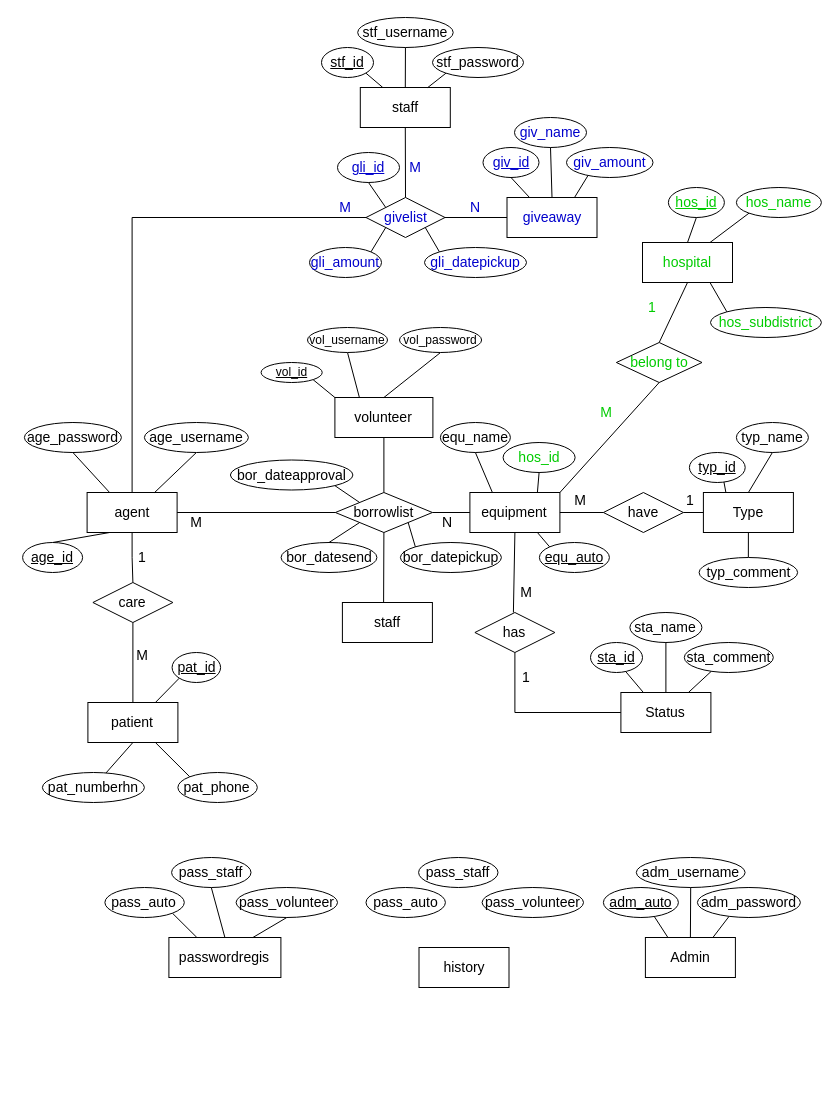
oown-mac/jmk_medstock_diagram keeps this draw.io diagram as ER_jmk_medstock.drawio. Above is the earlier version. Source tidied: cells renumbered, new cells numbered last; positions are measured from the earlier drawing's top-left corner, leaving out a move shared by most shapes. Both pictures are drawn from the tidied source at 100%, with x=0, y=0 at pixel (22, 17).
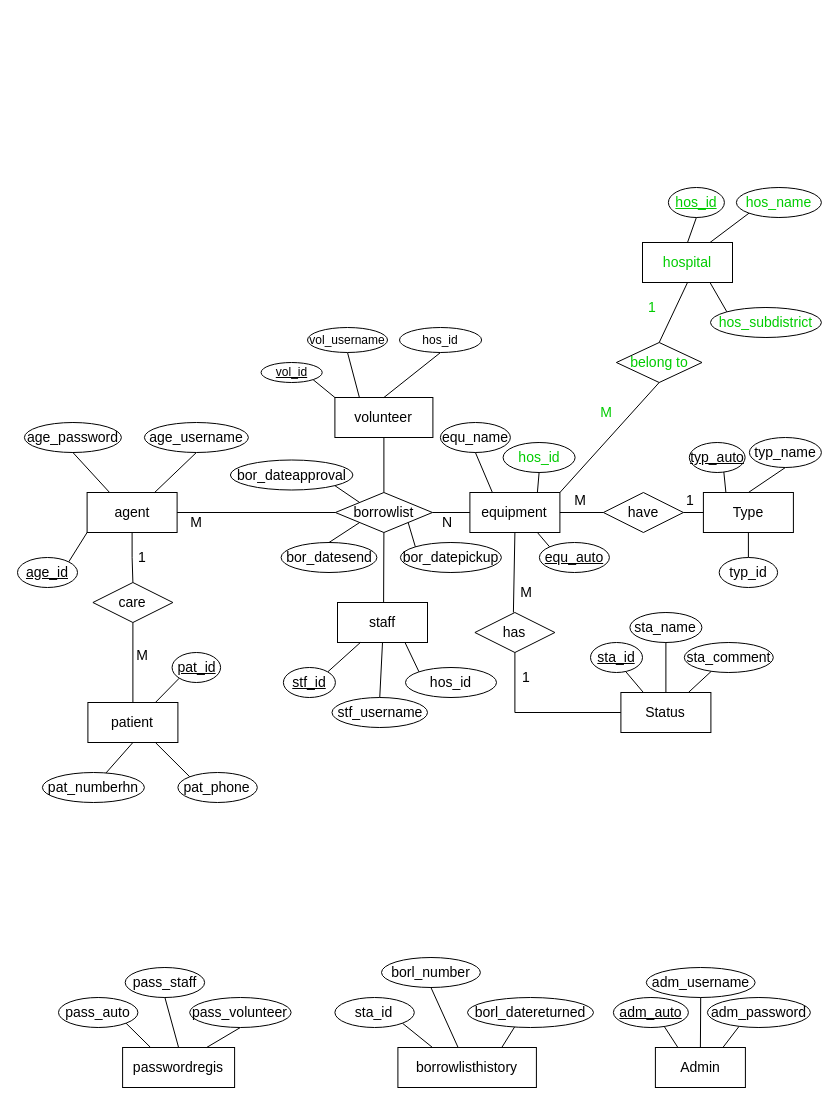
The same diagram, later.

The change refers to these unchanged cells:
```xml
<mxCell id="6" value="&lt;div style=&quot;font-size: 14px;&quot;&gt;&lt;font style=&quot;font-size: 14px;&quot;&gt;agent&lt;/font&gt;&lt;/div&gt;" style="rounded=0;whiteSpace=wrap;html=1;fontSize=14;" parent="1" vertex="1">
  <mxGeometry x="64.6" y="475" width="90" height="40" as="geometry" />
</mxCell>
```

Change to the diagram source:
```diff
@@
+    <mxCell id="130" style="rounded=0;jettySize=auto;html=1;exitX=0;exitY=1;exitDx=0;exitDy=0;entryX=1;entryY=0;entryDx=0;entryDy=0;endArrow=none;endFill=0;" parent="1" edge="1" source="6" target="51">
+      <mxGeometry relative="1" as="geometry" />
+    </mxCell>
@@
-    <mxCell id="18" value="&lt;div style=&quot;font-size: 14px;&quot;&gt;&lt;font style=&quot;font-size: 14px;&quot;&gt;history&lt;/font&gt;&lt;/div&gt;" style="rounded=0;whiteSpace=wrap;html=1;fontSize=14;" parent="1" vertex="1">
-      <mxGeometry x="396.5" y="930" width="90" height="40" as="geometry" />
+    <mxCell id="18" value="&lt;div style=&quot;font-size: 14px;&quot;&gt;&lt;font style=&quot;font-size: 14px;&quot;&gt;&lt;span style=&quot;background-color: transparent; color: light-dark(rgb(0, 0, 0), rgb(255, 255, 255));&quot;&gt;borrowlist&lt;/span&gt;history&lt;/font&gt;&lt;/div&gt;" style="rounded=0;whiteSpace=wrap;html=1;fontSize=14;" parent="1" vertex="1">
+      <mxGeometry x="375.4" y="1030" width="138.5" height="40" as="geometry" />
     </mxCell>
@@
-    <mxCell id="24" value="M" style="text;html=1;align=center;verticalAlign=middle;whiteSpace=wrap;rounded=0;fontSize=14;fontColor=#0000CC;" parent="1" vertex="1">
-      <mxGeometry x="383" y="140" width="20" height="20" as="geometry" />
-    </mxCell>
@@
-    <mxCell id="32" value="&lt;div style=&quot;font-size: 14px;&quot;&gt;&lt;font style=&quot;font-size: 14px;&quot;&gt;giveaway&lt;/font&gt;&lt;/div&gt;" style="rounded=0;whiteSpace=wrap;html=1;fontSize=14;fontColor=#0000CC;" parent="1" vertex="1">
-      <mxGeometry x="484.5" y="180" width="90" height="40" as="geometry" />
-    </mxCell>
-    <mxCell id="33" value="givelist" style="rhombus;whiteSpace=wrap;html=1;fontSize=14;fontColor=#0000CC;" parent="1" vertex="1">
-      <mxGeometry x="343.5" y="180" width="79" height="40" as="geometry" />
-    </mxCell>
-    <mxCell id="34" style="endArrow=none;html=1;rounded=0;entryX=0;entryY=0.5;entryDx=0;entryDy=0;exitX=1;exitY=0.5;exitDx=0;exitDy=0;fontSize=14;fontColor=#0000CC;" parent="1" edge="1" source="33" target="32">
-      <mxGeometry relative="1" as="geometry" />
-    </mxCell>
-    <mxCell id="35" style="endArrow=none;html=1;rounded=0;exitX=0.5;exitY=0;exitDx=0;exitDy=0;entryX=0;entryY=0.5;entryDx=0;entryDy=0;edgeStyle=orthogonalEdgeStyle;fontSize=14;fontColor=#0000FF;" parent="1" edge="1" source="6" target="33">
-      <mxGeometry relative="1" as="geometry" />
-    </mxCell>
-    <mxCell id="36" value="M" style="text;html=1;align=center;verticalAlign=middle;whiteSpace=wrap;rounded=0;fontSize=14;fontColor=#0000CC;" parent="1" vertex="1">
-      <mxGeometry x="313" y="180" width="20" height="20" as="geometry" />
-    </mxCell>
-    <mxCell id="37" value="N" style="text;html=1;align=center;verticalAlign=middle;whiteSpace=wrap;rounded=0;fontSize=14;fontColor=#0000CC;" parent="1" vertex="1">
-      <mxGeometry x="443" y="180" width="20" height="20" as="geometry" />
-    </mxCell>
@@
-    <mxCell id="39" style="endArrow=none;html=1;rounded=0;exitX=0.25;exitY=0;exitDx=0;exitDy=0;entryX=0.5;entryY=1;entryDx=0;entryDy=0;fontSize=14;fontColor=#0000CC;" parent="1" edge="1" source="32" target="53">
-      <mxGeometry relative="1" as="geometry" />
-    </mxCell>
-    <mxCell id="40" style="endArrow=none;html=1;rounded=0;exitX=0.75;exitY=0;exitDx=0;exitDy=0;entryX=0.247;entryY=0.942;entryDx=0;entryDy=0;entryPerimeter=0;fontSize=14;fontColor=#0000CC;" parent="1" edge="1" source="32" target="52">
-      <mxGeometry relative="1" as="geometry" />
-    </mxCell>
     <mxCell id="41" value="&lt;div style=&quot;font-size: 14px;&quot;&gt;&lt;font style=&quot;font-size: 14px;&quot;&gt;Admin&lt;/font&gt;&lt;/div&gt;" style="rounded=0;whiteSpace=wrap;html=1;fontSize=14;" parent="1" vertex="1">
-      <mxGeometry x="622.9" y="920" width="90" height="40" as="geometry" />
+      <mxGeometry x="632.9" y="1030" width="90" height="40" as="geometry" />
     </mxCell>
-    <mxCell id="42" value="&lt;div style=&quot;font-size: 14px;&quot;&gt;&lt;font style=&quot;font-size: 14px;&quot;&gt;staff&lt;/font&gt;&lt;/div&gt;" style="rounded=0;whiteSpace=wrap;html=1;fontSize=14;" parent="1" vertex="1">
-      <mxGeometry x="337.8" y="70" width="90" height="40" as="geometry" />
-    </mxCell>
-    <mxCell id="43" style="endArrow=none;html=1;rounded=0;exitX=0.5;exitY=0;exitDx=0;exitDy=0;entryX=0.5;entryY=1;entryDx=0;entryDy=0;fontSize=14;" parent="1" edge="1" source="33" target="42">
-      <mxGeometry relative="1" as="geometry" />
-    </mxCell>
@@
-    <mxCell id="50" style="rounded=0;jettySize=auto;html=1;exitX=0.5;exitY=0;exitDx=0;exitDy=0;entryX=0.25;entryY=1;entryDx=0;entryDy=0;endArrow=none;endFill=0;" parent="1" edge="1" source="51" target="6">
-      <mxGeometry relative="1" as="geometry" />
-    </mxCell>
     <mxCell id="51" value="&lt;font style=&quot;font-size: 14px;&quot;&gt;&lt;u&gt;age_id&lt;/u&gt;&lt;/font&gt;" style="ellipse;whiteSpace=wrap;html=1;fontSize=14;" parent="1" vertex="1">
-      <mxGeometry x="0.1" y="525" width="60" height="30" as="geometry" />
+      <mxGeometry x="-5" y="540" width="60" height="30" as="geometry" />
     </mxCell>
-    <mxCell id="52" value="&lt;font style=&quot;font-size: 14px;&quot;&gt;giv_amount&lt;/font&gt;" style="ellipse;whiteSpace=wrap;html=1;fontSize=14;fontColor=#0000CC;" parent="1" vertex="1">
-      <mxGeometry x="544" y="130" width="86.5" height="30" as="geometry" />
-    </mxCell>
-    <mxCell id="53" value="&lt;font style=&quot;font-size: 14px;&quot;&gt;&lt;u&gt;giv_id&lt;/u&gt;&lt;/font&gt;" style="ellipse;whiteSpace=wrap;html=1;fontSize=14;fontColor=#0000CC;" parent="1" vertex="1">
-      <mxGeometry x="460.5" y="130" width="56" height="30" as="geometry" />
-    </mxCell>
-    <mxCell id="54" value="&lt;font style=&quot;font-size: 14px;&quot;&gt;giv_name&lt;/font&gt;" style="ellipse;whiteSpace=wrap;html=1;fontSize=14;fontColor=#0000CC;" parent="1" vertex="1">
-      <mxGeometry x="492" y="100" width="72" height="30" as="geometry" />
-    </mxCell>
-    <mxCell id="55" style="endArrow=none;html=1;rounded=0;exitX=0.5;exitY=0;exitDx=0;exitDy=0;entryX=0.5;entryY=1;entryDx=0;entryDy=0;fontSize=14;" parent="1" edge="1" source="32" target="54">
-      <mxGeometry relative="1" as="geometry" />
-    </mxCell>
@@
-    <mxCell id="58" value="&lt;font style=&quot;font-size: 14px;&quot;&gt;stf_password&lt;/font&gt;" style="ellipse;whiteSpace=wrap;html=1;fontSize=14;" parent="1" vertex="1">
-      <mxGeometry x="410" y="30" width="91" height="30" as="geometry" />
-    </mxCell>
-    <mxCell id="59" value="&lt;font style=&quot;font-size: 14px;&quot;&gt;&lt;u&gt;stf_id&lt;/u&gt;&lt;/font&gt;" style="ellipse;whiteSpace=wrap;html=1;fontSize=14;" parent="1" vertex="1">
-      <mxGeometry x="299" y="30" width="52" height="30" as="geometry" />
-    </mxCell>
-    <mxCell id="60" value="&lt;font style=&quot;font-size: 14px;&quot;&gt;stf_username&lt;/font&gt;" style="ellipse;whiteSpace=wrap;html=1;fontSize=14;" parent="1" vertex="1">
-      <mxGeometry x="335.2" width="95.5" height="30" as="geometry" />
-    </mxCell>
-    <mxCell id="61" style="endArrow=none;html=1;rounded=0;exitX=0.75;exitY=0;exitDx=0;exitDy=0;entryX=0;entryY=1;entryDx=0;entryDy=0;fontSize=14;" parent="1" edge="1" source="42" target="58">
-      <mxGeometry relative="1" as="geometry" />
-    </mxCell>
-    <mxCell id="62" style="endArrow=none;html=1;rounded=0;exitX=0.5;exitY=0;exitDx=0;exitDy=0;entryX=0.5;entryY=1;entryDx=0;entryDy=0;fontSize=14;" parent="1" edge="1" source="42" target="60">
-      <mxGeometry relative="1" as="geometry" />
-    </mxCell>
-    <mxCell id="63" style="endArrow=none;html=1;rounded=0;exitX=0.25;exitY=0;exitDx=0;exitDy=0;entryX=1;entryY=1;entryDx=0;entryDy=0;fontSize=14;" parent="1" edge="1" source="42" target="59">
-      <mxGeometry relative="1" as="geometry" />
-    </mxCell>
@@
-    <mxCell id="68" value="&lt;font style=&quot;font-size: 14px;&quot;&gt;&lt;u&gt;typ_id&lt;/u&gt;&lt;/font&gt;" style="ellipse;whiteSpace=wrap;html=1;fontSize=14;" parent="1" vertex="1">
-      <mxGeometry x="666.9" y="435" width="55.8" height="30" as="geometry" />
+    <mxCell id="68" value="&lt;font style=&quot;font-size: 14px;&quot;&gt;&lt;u&gt;typ_auto&lt;/u&gt;&lt;/font&gt;" style="ellipse;whiteSpace=wrap;html=1;fontSize=14;" parent="1" vertex="1">
+      <mxGeometry x="666.8" y="425" width="55.8" height="30" as="geometry" />
     </mxCell>
-    <mxCell id="69" value="&lt;font style=&quot;font-size: 14px;&quot;&gt;typ_comment&lt;/font&gt;" style="ellipse;whiteSpace=wrap;html=1;fontSize=14;" parent="1" vertex="1">
-      <mxGeometry x="676.6" y="540" width="98.5" height="30" as="geometry" />
+    <mxCell id="69" value="&lt;font style=&quot;font-size: 14px;&quot;&gt;typ_id&lt;/font&gt;" style="ellipse;whiteSpace=wrap;html=1;fontSize=14;" parent="1" vertex="1">
+      <mxGeometry x="696.7" y="540" width="58.4" height="30" as="geometry" />
     </mxCell>
     <mxCell id="70" value="&lt;font style=&quot;font-size: 14px;&quot;&gt;typ_name&lt;/font&gt;" style="ellipse;whiteSpace=wrap;html=1;fontSize=14;" parent="1" vertex="1">
-      <mxGeometry x="713.9" y="405" width="72" height="30" as="geometry" />
+      <mxGeometry x="726.9" y="420" width="72" height="30" as="geometry" />
     </mxCell>
@@
     <mxCell id="82" value="&lt;font style=&quot;font-size: 14px;&quot;&gt;&lt;u&gt;adm_auto&lt;/u&gt;&lt;/font&gt;" style="ellipse;whiteSpace=wrap;html=1;fontSize=14;" parent="1" vertex="1">
-      <mxGeometry x="580.9" y="870" width="75" height="30" as="geometry" />
+      <mxGeometry x="590.9" y="980" width="75" height="30" as="geometry" />
     </mxCell>
     <mxCell id="83" value="&lt;font style=&quot;font-size: 14px;&quot;&gt;adm_password&lt;/font&gt;" style="ellipse;whiteSpace=wrap;html=1;fontSize=14;" parent="1" vertex="1">
-      <mxGeometry x="674.9" y="870" width="103" height="30" as="geometry" />
+      <mxGeometry x="684.9" y="980" width="103" height="30" as="geometry" />
     </mxCell>
     <mxCell id="84" value="&lt;font style=&quot;font-size: 14px;&quot;&gt;adm_username&lt;/font&gt;" style="ellipse;whiteSpace=wrap;html=1;fontSize=14;" parent="1" vertex="1">
-      <mxGeometry x="613.8" y="840" width="108.8" height="30" as="geometry" />
+      <mxGeometry x="623.8" y="950" width="108.8" height="30" as="geometry" />
     </mxCell>
@@
-    <mxCell id="88" value="&lt;font style=&quot;font-size: 14px;&quot;&gt;gli_datepickup&lt;/font&gt;" style="ellipse;whiteSpace=wrap;html=1;fontSize=14;fontColor=#0000CC;" parent="1" vertex="1">
-      <mxGeometry x="402" y="230" width="102" height="30" as="geometry" />
-    </mxCell>
-    <mxCell id="89" value="&lt;font style=&quot;font-size: 14px;&quot;&gt;gli_amount&lt;/font&gt;" style="ellipse;whiteSpace=wrap;html=1;fontSize=14;fontColor=#0000CC;" parent="1" vertex="1">
-      <mxGeometry x="287" y="230" width="72" height="30" as="geometry" />
-    </mxCell>
-    <mxCell id="90" value="&lt;font style=&quot;font-size: 14px;&quot;&gt;&lt;u&gt;gli_id&lt;/u&gt;&lt;/font&gt;" style="ellipse;whiteSpace=wrap;html=1;fontSize=14;fontColor=#0000CC;" parent="1" vertex="1">
-      <mxGeometry x="315" y="135" width="62" height="30" as="geometry" />
-    </mxCell>
-    <mxCell id="91" style="endArrow=none;html=1;rounded=0;exitX=0;exitY=0;exitDx=0;exitDy=0;entryX=1;entryY=1;entryDx=0;entryDy=0;fontSize=14;fontColor=#0000CC;" parent="1" edge="1" source="88" target="33">
-      <mxGeometry relative="1" as="geometry" />
-    </mxCell>
-    <mxCell id="92" style="endArrow=none;html=1;rounded=0;exitX=0;exitY=0;exitDx=0;exitDy=0;entryX=0.5;entryY=1;entryDx=0;entryDy=0;fontSize=14;fontColor=#0000CC;" parent="1" edge="1" source="33" target="90">
-      <mxGeometry relative="1" as="geometry" />
-    </mxCell>
-    <mxCell id="93" style="endArrow=none;html=1;rounded=0;exitX=1;exitY=0;exitDx=0;exitDy=0;entryX=0;entryY=1;entryDx=0;entryDy=0;fontSize=14;fontColor=#0000CC;" parent="1" edge="1" source="89" target="33">
-      <mxGeometry relative="1" as="geometry" />
-    </mxCell>
-    <mxCell id="94" value="&lt;div style=&quot;font-size: 14px;&quot;&gt;&lt;font style=&quot;font-size: 14px;&quot;&gt;staff&lt;/font&gt;&lt;/div&gt;" style="rounded=0;whiteSpace=wrap;html=1;fontSize=14;" parent="1" vertex="1">
-      <mxGeometry x="319.9" y="585" width="90" height="40" as="geometry" />
-    </mxCell>
@@
-    <mxCell id="119" value="vol_password" style="ellipse;whiteSpace=wrap;html=1;" parent="1" vertex="1">
+    <mxCell id="119" value="&lt;font style=&quot;color: light-dark(rgb(0, 0, 0), rgb(0, 204, 0));&quot;&gt;hos_id&lt;/font&gt;" style="ellipse;whiteSpace=wrap;html=1;" parent="1" vertex="1">
       <mxGeometry x="377" y="310" width="82.1" height="25" as="geometry" />
     </mxCell>
     <mxCell id="120" value="&lt;div style=&quot;font-size: 14px;&quot;&gt;&lt;font style=&quot;font-size: 14px;&quot;&gt;passwordregis&lt;/font&gt;&lt;/div&gt;" style="rounded=0;whiteSpace=wrap;html=1;fontSize=14;" parent="1" vertex="1">
-      <mxGeometry x="146.4" y="920" width="112" height="40" as="geometry" />
+      <mxGeometry x="100.1" y="1030" width="112" height="40" as="geometry" />
     </mxCell>
@@
     <mxCell id="122" value="&lt;font style=&quot;font-size: 14px;&quot;&gt;pass_staff&lt;/font&gt;" style="ellipse;whiteSpace=wrap;html=1;fontSize=14;" parent="1" vertex="1">
-      <mxGeometry x="149.1" y="840" width="79.4" height="30" as="geometry" />
+      <mxGeometry x="102.7" y="950" width="79.4" height="30" as="geometry" />
     </mxCell>
@@
     <mxCell id="124" value="&lt;font style=&quot;font-size: 14px;&quot;&gt;pass_volunteer&lt;/font&gt;" style="ellipse;whiteSpace=wrap;html=1;fontSize=14;" parent="1" vertex="1">
-      <mxGeometry x="213.6" y="870" width="101.4" height="30" as="geometry" />
+      <mxGeometry x="167.2" y="980" width="101.4" height="30" as="geometry" />
     </mxCell>
@@
     <mxCell id="126" value="&lt;font style=&quot;font-size: 14px;&quot;&gt;pass_auto&lt;/font&gt;" style="ellipse;whiteSpace=wrap;html=1;fontSize=14;" parent="1" vertex="1">
-      <mxGeometry x="82.4" y="870" width="79.4" height="30" as="geometry" />
+      <mxGeometry x="36" y="980" width="79.4" height="30" as="geometry" />
     </mxCell>
+    <mxCell id="131" style="rounded=0;jettySize=auto;html=1;exitX=0.5;exitY=1;exitDx=0;exitDy=0;entryX=0.75;entryY=0;entryDx=0;entryDy=0;endArrow=none;endFill=0;" parent="1" edge="1" target="18">
+      <mxGeometry relative="1" as="geometry">
+        <mxPoint x="498" y="1000" as="sourcePoint" />
+      </mxGeometry>
+    </mxCell>
-    <mxCell id="127" value="&lt;font style=&quot;font-size: 14px;&quot;&gt;pass_volunteer&lt;/font&gt;" style="ellipse;whiteSpace=wrap;html=1;fontSize=14;" parent="1" vertex="1">
-      <mxGeometry x="459.6" y="870" width="101.4" height="30" as="geometry" />
+    <mxCell id="127" value="&lt;font style=&quot;font-size: 14px;&quot;&gt;borl_datereturned&lt;/font&gt;" style="ellipse;whiteSpace=wrap;html=1;fontSize=14;" parent="1" vertex="1">
+      <mxGeometry x="445" y="980" width="126" height="30" as="geometry" />
     </mxCell>
+    <mxCell id="132" style="rounded=0;jettySize=auto;html=1;exitX=0.5;exitY=1;exitDx=0;exitDy=0;endArrow=none;endFill=0;" parent="1" edge="1" source="128" target="18">
+      <mxGeometry relative="1" as="geometry" />
+    </mxCell>
-    <mxCell id="128" value="&lt;font style=&quot;font-size: 14px;&quot;&gt;pass_staff&lt;/font&gt;" style="ellipse;whiteSpace=wrap;html=1;fontSize=14;" parent="1" vertex="1">
-      <mxGeometry x="396.1" y="840" width="79.4" height="30" as="geometry" />
+    <mxCell id="128" value="&lt;font style=&quot;font-size: 14px;&quot;&gt;borl_number&lt;/font&gt;" style="ellipse;whiteSpace=wrap;html=1;fontSize=14;" parent="1" vertex="1">
+      <mxGeometry x="359" y="940" width="98.9" height="30" as="geometry" />
     </mxCell>
+    <mxCell id="133" style="rounded=0;jettySize=auto;html=1;exitX=1;exitY=1;exitDx=0;exitDy=0;entryX=0.25;entryY=0;entryDx=0;entryDy=0;endArrow=none;endFill=0;" parent="1" edge="1" source="129" target="18">
+      <mxGeometry relative="1" as="geometry" />
+    </mxCell>
-    <mxCell id="129" value="&lt;font style=&quot;font-size: 14px;&quot;&gt;pass_auto&lt;/font&gt;" style="ellipse;whiteSpace=wrap;html=1;fontSize=14;" parent="1" vertex="1">
-      <mxGeometry x="343.5" y="870" width="79.4" height="30" as="geometry" />
+    <mxCell id="129" value="&lt;font style=&quot;font-size: 14px;&quot;&gt;sta_id&lt;/font&gt;" style="ellipse;whiteSpace=wrap;html=1;fontSize=14;" parent="1" vertex="1">
+      <mxGeometry x="312.4" y="980" width="79.4" height="30" as="geometry" />
     </mxCell>
+    <mxCell id="134" value="&lt;div style=&quot;font-size: 14px;&quot;&gt;&lt;font style=&quot;font-size: 14px;&quot;&gt;staff&lt;/font&gt;&lt;/div&gt;" style="rounded=0;whiteSpace=wrap;html=1;fontSize=14;" parent="1" vertex="1">
+      <mxGeometry x="315" y="585" width="90" height="40" as="geometry" />
+    </mxCell>
+    <mxCell id="135" style="rounded=0;jettySize=auto;html=1;exitX=0;exitY=0;exitDx=0;exitDy=0;entryX=0.75;entryY=1;entryDx=0;entryDy=0;endArrow=none;endFill=0;" parent="1" edge="1" source="136" target="134">
+      <mxGeometry relative="1" as="geometry" />
+    </mxCell>
+    <mxCell id="136" value="&lt;font style=&quot;font-size: 14px; color: light-dark(rgb(0, 0, 0), rgb(0, 204, 0));&quot;&gt;hos_id&lt;/font&gt;" style="ellipse;whiteSpace=wrap;html=1;fontSize=14;" parent="1" vertex="1">
+      <mxGeometry x="383" y="650" width="91" height="30" as="geometry" />
+    </mxCell>
+    <mxCell id="137" style="rounded=0;jettySize=auto;html=1;exitX=1;exitY=0;exitDx=0;exitDy=0;endArrow=none;endFill=0;" parent="1" edge="1" source="59" target="134">
+      <mxGeometry relative="1" as="geometry" />
+    </mxCell>
+    <mxCell id="59" value="&lt;font style=&quot;font-size: 14px;&quot;&gt;&lt;u&gt;stf_id&lt;/u&gt;&lt;/font&gt;" style="ellipse;whiteSpace=wrap;html=1;fontSize=14;" parent="1" vertex="1">
+      <mxGeometry x="260.9" y="650" width="52" height="30" as="geometry" />
+    </mxCell>
+    <mxCell id="138" style="rounded=0;jettySize=auto;html=1;exitX=0.5;exitY=0;exitDx=0;exitDy=0;entryX=0.5;entryY=1;entryDx=0;entryDy=0;endArrow=none;endFill=0;" parent="1" edge="1" source="60" target="134">
+      <mxGeometry relative="1" as="geometry" />
+    </mxCell>
+    <mxCell id="60" value="&lt;font style=&quot;font-size: 14px;&quot;&gt;stf_username&lt;/font&gt;" style="ellipse;whiteSpace=wrap;html=1;fontSize=14;" parent="1" vertex="1">
+      <mxGeometry x="309.5" y="680" width="95.5" height="30" as="geometry" />
+    </mxCell>
```
